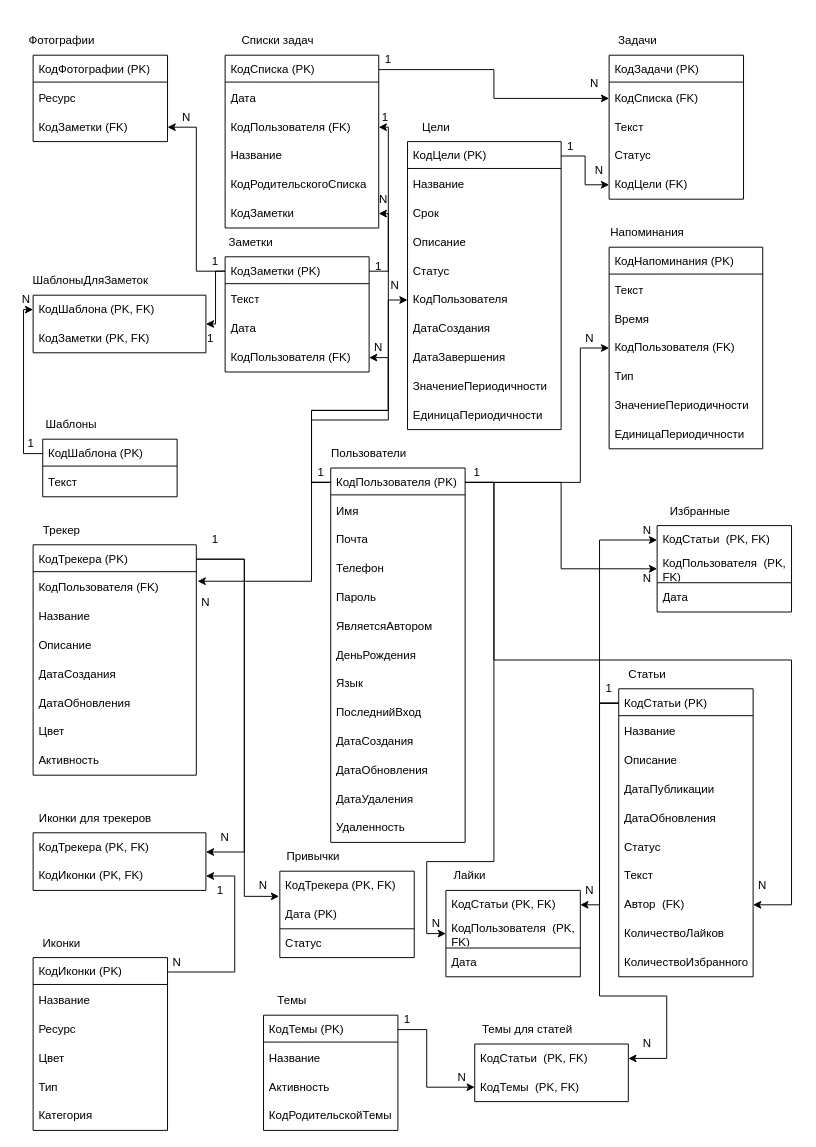
This is диаграммы/ЛогическаяМодель.drawio from Svetlana184/bd_kursovaya, a draw.io file, before an edit. Source tidied: cells renumbered, new cells numbered last; positions are measured from the earlier drawing's top-left corner, leaving out a move shared by most shapes. Both pictures are drawn from the tidied source at 96%, with x=0, y=0 at pixel (16, 26).
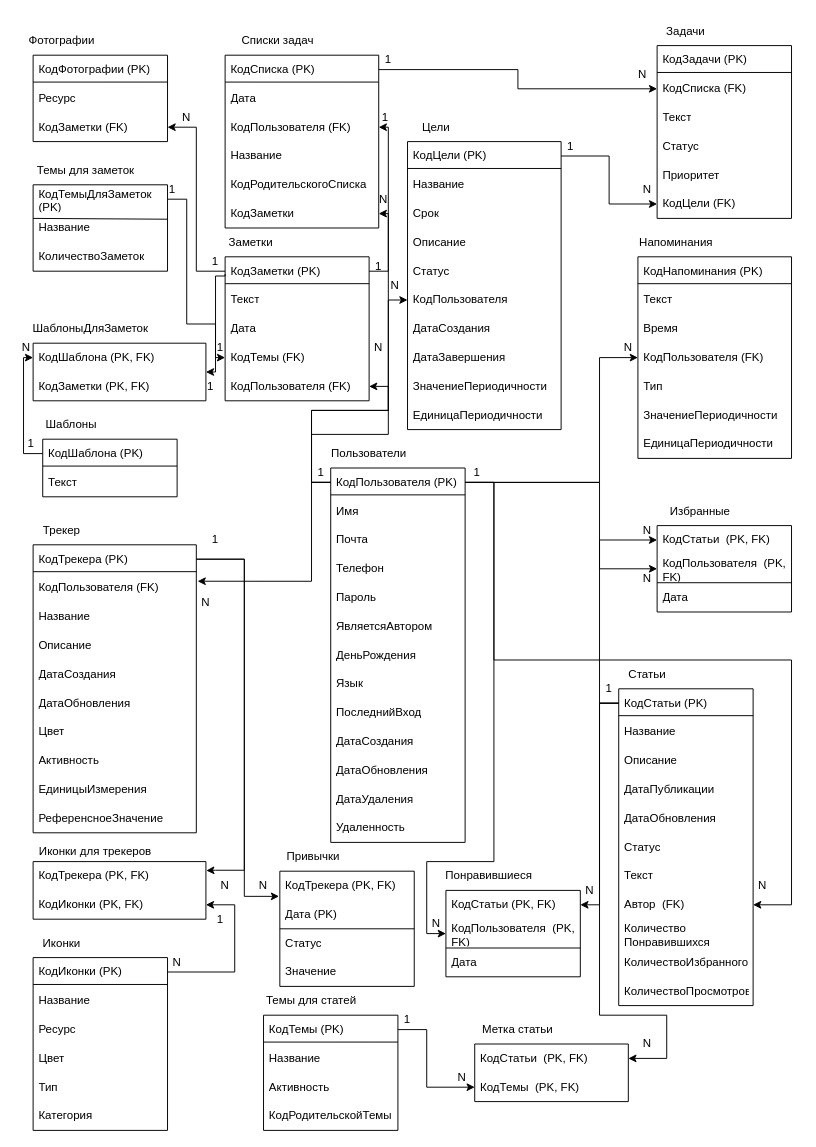
The same diagram, later.

The change refers to these unchanged cells:
```xml
<mxCell id="3" value="КодПользователя (PK)" style="text;strokeColor=none;fillColor=none;align=left;verticalAlign=middle;spacingLeft=4;spacingRight=4;overflow=hidden;points=[[0,0.5],[1,0.5]];portConstraint=eastwest;whiteSpace=wrap;html=1;" parent="2" vertex="1">
  <mxGeometry width="140" height="30" as="geometry" />
</mxCell>
<mxCell id="19" value="КодСтатьи (PK)" style="text;strokeColor=none;fillColor=none;align=left;verticalAlign=middle;spacingLeft=4;spacingRight=4;overflow=hidden;points=[[0,0.5],[1,0.5]];portConstraint=eastwest;whiteSpace=wrap;html=1;" parent="18" vertex="1">
  <mxGeometry width="140" height="30" as="geometry" />
</mxCell>
<mxCell id="39" value="КодСтатьи&amp;nbsp;&amp;nbsp;(PK, FK)" style="text;strokeColor=none;fillColor=none;align=left;verticalAlign=middle;spacingLeft=4;spacingRight=4;overflow=hidden;points=[[0,0.5],[1,0.5]];portConstraint=eastwest;whiteSpace=wrap;html=1;" parent="38" vertex="1">
  <mxGeometry width="160" height="30" as="geometry" />
</mxCell>
<mxCell id="50" value="КодПользователя&amp;nbsp;&amp;nbsp;(PK, FK)" style="text;strokeColor=none;fillColor=none;align=left;verticalAlign=middle;spacingLeft=4;spacingRight=4;overflow=hidden;points=[[0,0.5],[1,0.5]];portConstraint=eastwest;whiteSpace=wrap;html=1;" parent="48" vertex="1">
  <mxGeometry y="30" width="140" height="30" as="geometry" />
</mxCell>
<mxCell id="61" value="КодТрекера (PK)" style="text;strokeColor=none;fillColor=none;align=left;verticalAlign=middle;spacingLeft=4;spacingRight=4;overflow=hidden;points=[[0,0.5],[1,0.5]];portConstraint=eastwest;whiteSpace=wrap;html=1;" parent="60" vertex="1">
  <mxGeometry width="170" height="30" as="geometry" />
</mxCell>
<mxCell id="72" value="КодЗаметки (PK)" style="text;strokeColor=none;fillColor=none;align=left;verticalAlign=middle;spacingLeft=4;spacingRight=4;overflow=hidden;points=[[0,0.5],[1,0.5]];portConstraint=eastwest;whiteSpace=wrap;html=1;" parent="71" vertex="1">
  <mxGeometry width="150" height="30" as="geometry" />
</mxCell>
<mxCell id="84" value="КодТрекера&amp;nbsp;(PK, FK)" style="text;strokeColor=none;fillColor=none;align=left;verticalAlign=middle;spacingLeft=4;spacingRight=4;overflow=hidden;points=[[0,0.5],[1,0.5]];portConstraint=eastwest;whiteSpace=wrap;html=1;" parent="83" vertex="1">
  <mxGeometry width="180" height="30" as="geometry" />
</mxCell>
<mxCell id="85" value="КодИконки&amp;nbsp;(PK, FK)" style="text;strokeColor=none;fillColor=none;align=left;verticalAlign=middle;spacingLeft=4;spacingRight=4;overflow=hidden;points=[[0,0.5],[1,0.5]];portConstraint=eastwest;whiteSpace=wrap;html=1;" parent="83" vertex="1">
  <mxGeometry y="30" width="180" height="30" as="geometry" />
</mxCell>
<mxCell id="87" value="КодИконки (PK)" style="text;strokeColor=none;fillColor=none;align=left;verticalAlign=middle;spacingLeft=4;spacingRight=4;overflow=hidden;points=[[0,0.5],[1,0.5]];portConstraint=eastwest;whiteSpace=wrap;html=1;" parent="86" vertex="1">
  <mxGeometry width="140" height="30" as="geometry" />
</mxCell>
<mxCell id="112" value="КодПользователя (FK)" style="text;strokeColor=none;fillColor=none;align=left;verticalAlign=middle;spacingLeft=4;spacingRight=4;overflow=hidden;points=[[0,0.5],[1,0.5]];portConstraint=eastwest;whiteSpace=wrap;html=1;" parent="107" vertex="1">
  <mxGeometry y="90" width="160" height="30" as="geometry" />
</mxCell>
<mxCell id="118" value="КодШаблона (PK)" style="text;strokeColor=none;fillColor=none;align=left;verticalAlign=middle;spacingLeft=4;spacingRight=4;overflow=hidden;points=[[0,0.5],[1,0.5]];portConstraint=eastwest;whiteSpace=wrap;html=1;" parent="117" vertex="1">
  <mxGeometry width="140" height="30" as="geometry" />
</mxCell>
<mxCell id="123" value="КодШаблона&amp;nbsp;(PK, FK)" style="text;strokeColor=none;fillColor=none;align=left;verticalAlign=middle;spacingLeft=4;spacingRight=4;overflow=hidden;points=[[0,0.5],[1,0.5]];portConstraint=eastwest;whiteSpace=wrap;html=1;" parent="122" vertex="1">
  <mxGeometry width="180" height="30" as="geometry" />
</mxCell>
```

What changed in the source:
```diff
@@
     <mxCell id="18" style="swimlane;fontStyle=0;horizontal=1;startSize=0;whiteSpace=wrap;html=1;" parent="1" vertex="1">
-      <mxGeometry x="627" y="690" width="140" height="300" as="geometry" />
+      <mxGeometry x="627" y="690" width="140" height="330" as="geometry" />
     </mxCell>
@@
-    <mxCell id="28" value="КоличествоЛайков" style="text;strokeColor=none;fillColor=none;align=left;verticalAlign=middle;spacingLeft=4;spacingRight=4;overflow=hidden;whiteSpace=wrap;html=1;" parent="18" vertex="1">
+    <mxCell id="28" value="Количество&lt;div&gt;Понравившихся&lt;/div&gt;" style="text;strokeColor=none;fillColor=none;align=left;verticalAlign=middle;spacingLeft=4;spacingRight=4;overflow=hidden;whiteSpace=wrap;html=1;" parent="18" vertex="1">
       <mxGeometry y="240" width="140" height="30" as="geometry" />
     </mxCell>
@@
+    <mxCell id="199" value="КоличествоПросмотров" style="text;strokeColor=none;fillColor=none;align=left;verticalAlign=middle;spacingLeft=4;spacingRight=4;overflow=hidden;whiteSpace=wrap;html=1;" parent="18" vertex="1">
+      <mxGeometry y="300" width="140" height="30" as="geometry" />
+    </mxCell>
@@
-    <mxCell id="37" value="Темы" style="text;html=1;whiteSpace=wrap;strokeColor=none;fillColor=none;align=center;verticalAlign=middle;rounded=0;" parent="1" vertex="1">
-      <mxGeometry x="257" y="1000" width="60" height="30" as="geometry" />
+    <mxCell id="37" value="Темы для статей" style="text;html=1;whiteSpace=wrap;strokeColor=none;fillColor=none;align=center;verticalAlign=middle;rounded=0;" parent="1" vertex="1">
+      <mxGeometry x="257" y="1000" width="100" height="30" as="geometry" />
     </mxCell>
@@
-    <mxCell id="41" value="Темы для статей" style="text;html=1;whiteSpace=wrap;strokeColor=none;fillColor=none;align=center;verticalAlign=middle;rounded=0;" parent="1" vertex="1">
-      <mxGeometry x="477" y="1030" width="110" height="30" as="geometry" />
+    <mxCell id="41" value="Метка статьи" style="text;html=1;whiteSpace=wrap;strokeColor=none;fillColor=none;align=center;verticalAlign=middle;rounded=0;" parent="1" vertex="1">
+      <mxGeometry x="477" y="1030" width="90" height="30" as="geometry" />
     </mxCell>
@@
-    <mxCell id="47" value="Лайки" style="text;html=1;whiteSpace=wrap;strokeColor=none;fillColor=none;align=center;verticalAlign=middle;rounded=0;" parent="1" vertex="1">
-      <mxGeometry x="437" y="870" width="70" height="30" as="geometry" />
+    <mxCell id="47" value="Понравившиеся" style="text;html=1;whiteSpace=wrap;strokeColor=none;fillColor=none;align=center;verticalAlign=middle;rounded=0;" parent="1" vertex="1">
+      <mxGeometry x="457" y="870" width="70" height="30" as="geometry" />
     </mxCell>
@@
     <mxCell id="60" style="swimlane;fontStyle=0;horizontal=1;startSize=0;whiteSpace=wrap;html=1;" parent="1" vertex="1">
-      <mxGeometry x="17" y="540" width="170" height="240" as="geometry" />
+      <mxGeometry x="17" y="540" width="170" height="300" as="geometry" />
     </mxCell>
@@
+    <mxCell id="200" value="ЕдиницыИзмерения" style="text;strokeColor=none;fillColor=none;align=left;verticalAlign=middle;spacingLeft=4;spacingRight=4;overflow=hidden;whiteSpace=wrap;html=1;" parent="60" vertex="1">
+      <mxGeometry y="240" width="170" height="30" as="geometry" />
+    </mxCell>
+    <mxCell id="201" value="РеференсноеЗначение" style="text;strokeColor=none;fillColor=none;align=left;verticalAlign=middle;spacingLeft=4;spacingRight=4;overflow=hidden;whiteSpace=wrap;html=1;" parent="60" vertex="1">
+      <mxGeometry y="270" width="170" height="30" as="geometry" />
+    </mxCell>
@@
     <mxCell id="71" style="swimlane;fontStyle=0;horizontal=1;startSize=0;whiteSpace=wrap;html=1;" parent="1" vertex="1">
-      <mxGeometry x="217" y="240" width="150" height="120" as="geometry" />
+      <mxGeometry x="217" y="240" width="150" height="150" as="geometry" />
     </mxCell>
@@
+    <mxCell id="202" value="КодТемы (FK)" style="text;strokeColor=none;fillColor=none;align=left;verticalAlign=middle;spacingLeft=4;spacingRight=4;overflow=hidden;points=[[0,0.5],[1,0.5]];portConstraint=eastwest;whiteSpace=wrap;html=1;" parent="71" vertex="1">
+      <mxGeometry y="90" width="150" height="30" as="geometry" />
+    </mxCell>
     <mxCell id="76" value="КодПользователя&amp;nbsp;(FK)" style="text;strokeColor=none;fillColor=none;align=left;verticalAlign=middle;spacingLeft=4;spacingRight=4;overflow=hidden;points=[[0,0.5],[1,0.5]];portConstraint=eastwest;whiteSpace=wrap;html=1;" parent="71" vertex="1">
-      <mxGeometry y="90" width="150" height="30" as="geometry" />
+      <mxGeometry y="120" width="150" height="30" as="geometry" />
     </mxCell>
@@
     <mxCell id="78" style="swimlane;fontStyle=0;horizontal=1;startSize=0;whiteSpace=wrap;html=1;" parent="1" vertex="1">
-      <mxGeometry x="274" y="880" width="140" height="90" as="geometry" />
+      <mxGeometry x="274" y="880" width="140" height="120" as="geometry" />
     </mxCell>
@@
+    <mxCell id="203" value="Значение" style="text;strokeColor=none;fillColor=none;align=left;verticalAlign=middle;spacingLeft=4;spacingRight=4;overflow=hidden;whiteSpace=wrap;html=1;" parent="78" vertex="1">
+      <mxGeometry y="90" width="140" height="30" as="geometry" />
+    </mxCell>
     <mxCell id="83" style="swimlane;fontStyle=0;horizontal=1;startSize=0;whiteSpace=wrap;html=1;" parent="1" vertex="1">
-      <mxGeometry x="17" y="840" width="180" height="60" as="geometry" />
+      <mxGeometry x="17" y="870" width="180" height="60" as="geometry" />
     </mxCell>
@@
     <mxCell id="107" style="swimlane;fontStyle=0;horizontal=1;startSize=0;whiteSpace=wrap;html=1;" parent="1" vertex="1">
-      <mxGeometry x="617" y="230" width="160" height="210" as="geometry" />
+      <mxGeometry x="647" y="240" width="160" height="210" as="geometry" />
     </mxCell>
@@
     <mxCell id="116" value="Напоминания" style="text;html=1;whiteSpace=wrap;strokeColor=none;fillColor=none;align=center;verticalAlign=middle;rounded=0;" parent="1" vertex="1">
-      <mxGeometry x="627" y="200" width="60" height="30" as="geometry" />
+      <mxGeometry x="657" y="210" width="60" height="30" as="geometry" />
     </mxCell>
@@
     <mxCell id="122" style="swimlane;fontStyle=0;horizontal=1;startSize=0;whiteSpace=wrap;html=1;" parent="1" vertex="1">
-      <mxGeometry x="17" y="280" width="180" height="60" as="geometry" />
+      <mxGeometry x="17" y="330" width="180" height="60" as="geometry" />
     </mxCell>
@@
     <mxCell id="125" value="ШаблоныДляЗаметок" style="text;html=1;whiteSpace=wrap;strokeColor=none;fillColor=none;align=center;verticalAlign=middle;rounded=0;" parent="1" vertex="1">
-      <mxGeometry x="17" y="250" width="120" height="30" as="geometry" />
+      <mxGeometry x="17" y="300" width="120" height="30" as="geometry" />
     </mxCell>
@@
     <mxCell id="135" style="swimlane;fontStyle=0;horizontal=1;startSize=0;whiteSpace=wrap;html=1;" parent="1" vertex="1">
-      <mxGeometry x="617" y="30" width="140" height="150" as="geometry" />
+      <mxGeometry x="667" y="20" width="140" height="180" as="geometry" />
     </mxCell>
@@
+    <mxCell id="204" value="Приоритет" style="text;strokeColor=none;fillColor=none;align=left;verticalAlign=middle;spacingLeft=4;spacingRight=4;overflow=hidden;whiteSpace=wrap;html=1;" parent="135" vertex="1">
+      <mxGeometry y="120" width="140" height="30" as="geometry" />
+    </mxCell>
     <mxCell id="141" value="КодЦели (FK)" style="text;strokeColor=none;fillColor=none;align=left;verticalAlign=middle;spacingLeft=4;spacingRight=4;overflow=hidden;points=[[0,0.5],[1,0.5]];portConstraint=eastwest;whiteSpace=wrap;html=1;" parent="135" vertex="1">
-      <mxGeometry y="120" width="140" height="30" as="geometry" />
+      <mxGeometry y="150" width="140" height="30" as="geometry" />
     </mxCell>
     <mxCell id="142" value="Задачи" style="text;html=1;whiteSpace=wrap;strokeColor=none;fillColor=none;align=center;verticalAlign=middle;rounded=0;" parent="1" vertex="1">
-      <mxGeometry x="617" width="60" height="30" as="geometry" />
+      <mxGeometry x="667" y="-10" width="60" height="30" as="geometry" />
     </mxCell>
@@
     <mxCell id="144" value="Иконки для трекеров" style="text;html=1;whiteSpace=wrap;strokeColor=none;fillColor=none;align=center;verticalAlign=middle;rounded=0;" parent="1" vertex="1">
-      <mxGeometry x="17" y="810" width="130" height="30" as="geometry" />
+      <mxGeometry x="17" y="840" width="130" height="40" as="geometry" />
     </mxCell>
@@
     <mxCell id="146" style="endArrow=classic;html=1;rounded=0;entryX=0;entryY=0.5;entryDx=0;entryDy=0;exitX=0;exitY=0.5;exitDx=0;exitDy=0;" parent="1" edge="1" source="118" target="123">
       <mxGeometry relative="1" as="geometry">
         <Array as="points">
           <mxPoint x="7" y="445" />
-          <mxPoint x="7" y="295" />
+          <mxPoint x="7" y="345" />
         </Array>
       </mxGeometry>
     </mxCell>
     <mxCell id="147" style="endArrow=classic;html=1;rounded=0;entryX=1;entryY=0.5;entryDx=0;entryDy=0;exitX=1;exitY=0.5;exitDx=0;exitDy=0;" parent="1" edge="1" source="87" target="85">
       <mxGeometry relative="1" as="geometry">
         <Array as="points">
           <mxPoint x="227" y="985" />
-          <mxPoint x="227" y="885" />
+          <mxPoint x="227" y="915" />
         </Array>
       </mxGeometry>
     </mxCell>
@@
     <mxCell id="152" value="N" style="text;html=1;whiteSpace=wrap;strokeColor=none;fillColor=none;align=center;verticalAlign=middle;rounded=0;" parent="1" vertex="1">
-      <mxGeometry x="587" y="50" width="30" height="20" as="geometry" />
+      <mxGeometry x="637" y="40" width="30" height="20" as="geometry" />
     </mxCell>
@@
     <mxCell id="155" value="N" style="text;html=1;whiteSpace=wrap;strokeColor=none;fillColor=none;align=center;verticalAlign=middle;rounded=0;" parent="1" vertex="1">
-      <mxGeometry y="270" width="20" height="30" as="geometry" />
+      <mxGeometry y="320" width="20" height="30" as="geometry" />
     </mxCell>
     <mxCell id="156" value="1" style="text;html=1;whiteSpace=wrap;strokeColor=none;fillColor=none;align=center;verticalAlign=middle;rounded=0;" parent="1" vertex="1">
-      <mxGeometry x="197" y="315" width="10" height="20" as="geometry" />
+      <mxGeometry x="197" y="365" width="10" height="20" as="geometry" />
     </mxCell>
@@
     <mxCell id="162" value="1" style="text;html=1;whiteSpace=wrap;strokeColor=none;fillColor=none;align=center;verticalAlign=middle;rounded=0;" parent="1" vertex="1">
-      <mxGeometry x="197" y="890" width="30" height="20" as="geometry" />
+      <mxGeometry x="197" y="920" width="30" height="20" as="geometry" />
     </mxCell>
@@
     <mxCell id="165" value="N" style="text;html=1;whiteSpace=wrap;strokeColor=none;fillColor=none;align=center;verticalAlign=middle;rounded=0;" parent="1" vertex="1">
-      <mxGeometry x="207" y="830" width="20" height="30" as="geometry" />
+      <mxGeometry x="207" y="880" width="20" height="30" as="geometry" />
     </mxCell>
@@
     <mxCell id="173" value="N" style="text;html=1;whiteSpace=wrap;strokeColor=none;fillColor=none;align=center;verticalAlign=middle;rounded=0;" parent="1" vertex="1">
-      <mxGeometry x="587" y="310" width="20" height="30" as="geometry" />
+      <mxGeometry x="627" y="320" width="20" height="30" as="geometry" />
     </mxCell>
@@
     <mxCell id="181" style="edgeStyle=orthogonalEdgeStyle;rounded=0;jettySize=auto;html=1;exitX=1;exitY=0.5;exitDx=0;exitDy=0;entryX=0;entryY=0.5;entryDx=0;entryDy=0;" parent="1" edge="1" source="3" target="112">
       <mxGeometry relative="1" as="geometry">
         <Array as="points">
-          <mxPoint x="587" y="475" />
-          <mxPoint x="587" y="335" />
+          <mxPoint x="607" y="475" />
+          <mxPoint x="607" y="345" />
         </Array>
       </mxGeometry>
     </mxCell>
-    <mxCell id="182" style="edgeStyle=orthogonalEdgeStyle;rounded=0;jettySize=auto;html=1;exitX=0;exitY=0.5;exitDx=0;exitDy=0;" parent="1" edge="1" source="72">
+    <mxCell id="182" style="edgeStyle=orthogonalEdgeStyle;rounded=0;orthogonalLoop=1;jettySize=auto;html=1;" parent="1" edge="1">
       <mxGeometry relative="1" as="geometry">
-        <mxPoint x="197" y="310" as="targetPoint" />
+        <mxPoint x="217" y="258" as="sourcePoint" />
+        <mxPoint x="197" y="360" as="targetPoint" />
         <Array as="points">
-          <mxPoint x="207" y="255" />
-          <mxPoint x="207" y="310" />
-          <mxPoint x="197" y="310" />
+          <mxPoint x="217" y="260" />
+          <mxPoint x="207" y="260" />
+          <mxPoint x="207" y="360" />
         </Array>
       </mxGeometry>
     </mxCell>
@@
     <mxCell id="188" value="N" style="text;html=1;whiteSpace=wrap;strokeColor=none;fillColor=none;align=center;verticalAlign=middle;rounded=0;" parent="1" vertex="1">
-      <mxGeometry x="597" y="140" width="20" height="20" as="geometry" />
+      <mxGeometry x="647" y="160" width="20" height="20" as="geometry" />
     </mxCell>
@@
-    <mxCell id="191" style="edgeStyle=orthogonalEdgeStyle;rounded=0;jettySize=auto;html=1;exitX=1;exitY=0.5;exitDx=0;exitDy=0;" parent="1" edge="1" source="61">
+    <mxCell id="191" style="edgeStyle=orthogonalEdgeStyle;rounded=0;jettySize=auto;html=1;exitX=1;exitY=0.5;exitDx=0;exitDy=0;entryX=1.002;entryY=0.311;entryDx=0;entryDy=0;entryPerimeter=0;" parent="1" edge="1" source="61" target="84">
       <mxGeometry relative="1" as="geometry">
-        <mxPoint x="197" y="860" as="targetPoint" />
         <Array as="points">
           <mxPoint x="237" y="555" />
-          <mxPoint x="237" y="860" />
-          <mxPoint x="197" y="860" />
+          <mxPoint x="237" y="879" />
+          <mxPoint x="207" y="879" />
         </Array>
       </mxGeometry>
     </mxCell>
@@
     <mxCell id="193" style="edgeStyle=orthogonalEdgeStyle;rounded=0;jettySize=auto;html=1;exitX=1;exitY=0.5;exitDx=0;exitDy=0;entryX=0;entryY=0.5;entryDx=0;entryDy=0;" parent="1" edge="1" source="3" target="50">
-      <mxGeometry relative="1" as="geometry" />
+      <mxGeometry relative="1" as="geometry">
+        <Array as="points">
+          <mxPoint x="607" y="475" />
+          <mxPoint x="607" y="565" />
+        </Array>
+      </mxGeometry>
     </mxCell>
@@
     <mxCell id="195" style="edgeStyle=orthogonalEdgeStyle;rounded=0;jettySize=auto;html=1;exitX=0;exitY=0.5;exitDx=0;exitDy=0;entryX=1;entryY=0.5;entryDx=0;entryDy=0;" parent="1" edge="1" source="19" target="39">
       <mxGeometry relative="1" as="geometry">
         <Array as="points">
           <mxPoint x="607" y="705" />
-          <mxPoint x="607" y="1010" />
-          <mxPoint x="677" y="1010" />
+          <mxPoint x="607" y="1030" />
+          <mxPoint x="677" y="1030" />
           <mxPoint x="677" y="1075" />
         </Array>
       </mxGeometry>
     </mxCell>
@@
+    <mxCell id="205" style="swimlane;fontStyle=0;horizontal=1;startSize=0;whiteSpace=wrap;html=1;" parent="1" vertex="1">
+      <mxGeometry x="17" y="165" width="140" height="90" as="geometry" />
+    </mxCell>
+    <mxCell id="206" value="КодТемыДляЗаметок (PK)" style="text;strokeColor=none;fillColor=none;align=left;verticalAlign=middle;spacingLeft=4;spacingRight=4;overflow=hidden;points=[[0,0.5],[1,0.5]];portConstraint=eastwest;whiteSpace=wrap;html=1;" parent="205" vertex="1">
+      <mxGeometry width="140" height="30" as="geometry" />
+    </mxCell>
+    <mxCell id="207" value="Название" style="text;strokeColor=none;fillColor=none;align=left;verticalAlign=middle;spacingLeft=4;spacingRight=4;overflow=hidden;points=[[0,0.5],[1,0.5]];portConstraint=eastwest;whiteSpace=wrap;html=1;" parent="205" vertex="1">
+      <mxGeometry y="30" width="140" height="30" as="geometry" />
+    </mxCell>
+    <mxCell id="208" style="endArrow=none;html=1;rounded=0;entryX=0.997;entryY=0.195;entryDx=0;entryDy=0;entryPerimeter=0;" parent="205" edge="1" target="207">
+      <mxGeometry relative="1" as="geometry">
+        <mxPoint y="35" as="sourcePoint" />
+      </mxGeometry>
+    </mxCell>
+    <mxCell id="209" value="КоличествоЗаметок" style="text;strokeColor=none;fillColor=none;align=left;verticalAlign=middle;spacingLeft=4;spacingRight=4;overflow=hidden;whiteSpace=wrap;html=1;" parent="205" vertex="1">
+      <mxGeometry y="60" width="140" height="30" as="geometry" />
+    </mxCell>
+    <mxCell id="210" value="Темы для заметок" style="text;html=1;whiteSpace=wrap;strokeColor=none;fillColor=none;align=center;verticalAlign=middle;rounded=0;" parent="1" vertex="1">
+      <mxGeometry x="17" y="135" width="110" height="30" as="geometry" />
+    </mxCell>
+    <mxCell id="211" style="endArrow=classic;html=1;rounded=0;entryX=0;entryY=0.5;entryDx=0;entryDy=0;exitX=1;exitY=0.5;exitDx=0;exitDy=0;" parent="1" edge="1" source="206" target="202">
+      <mxGeometry relative="1" as="geometry">
+        <Array as="points">
+          <mxPoint x="177" y="180" />
+          <mxPoint x="177" y="310" />
+          <mxPoint x="207" y="310" />
+          <mxPoint x="207" y="345" />
+        </Array>
+      </mxGeometry>
+    </mxCell>
+    <mxCell id="212" value="1" style="text;html=1;whiteSpace=wrap;strokeColor=none;fillColor=none;align=center;verticalAlign=middle;rounded=0;" parent="1" vertex="1">
+      <mxGeometry x="157" y="160" width="10" height="20" as="geometry" />
+    </mxCell>
+    <mxCell id="213" value="1" style="text;html=1;whiteSpace=wrap;strokeColor=none;fillColor=none;align=center;verticalAlign=middle;rounded=0;" parent="1" vertex="1">
+      <mxGeometry x="207" y="325" width="10" height="20" as="geometry" />
+    </mxCell>
```
